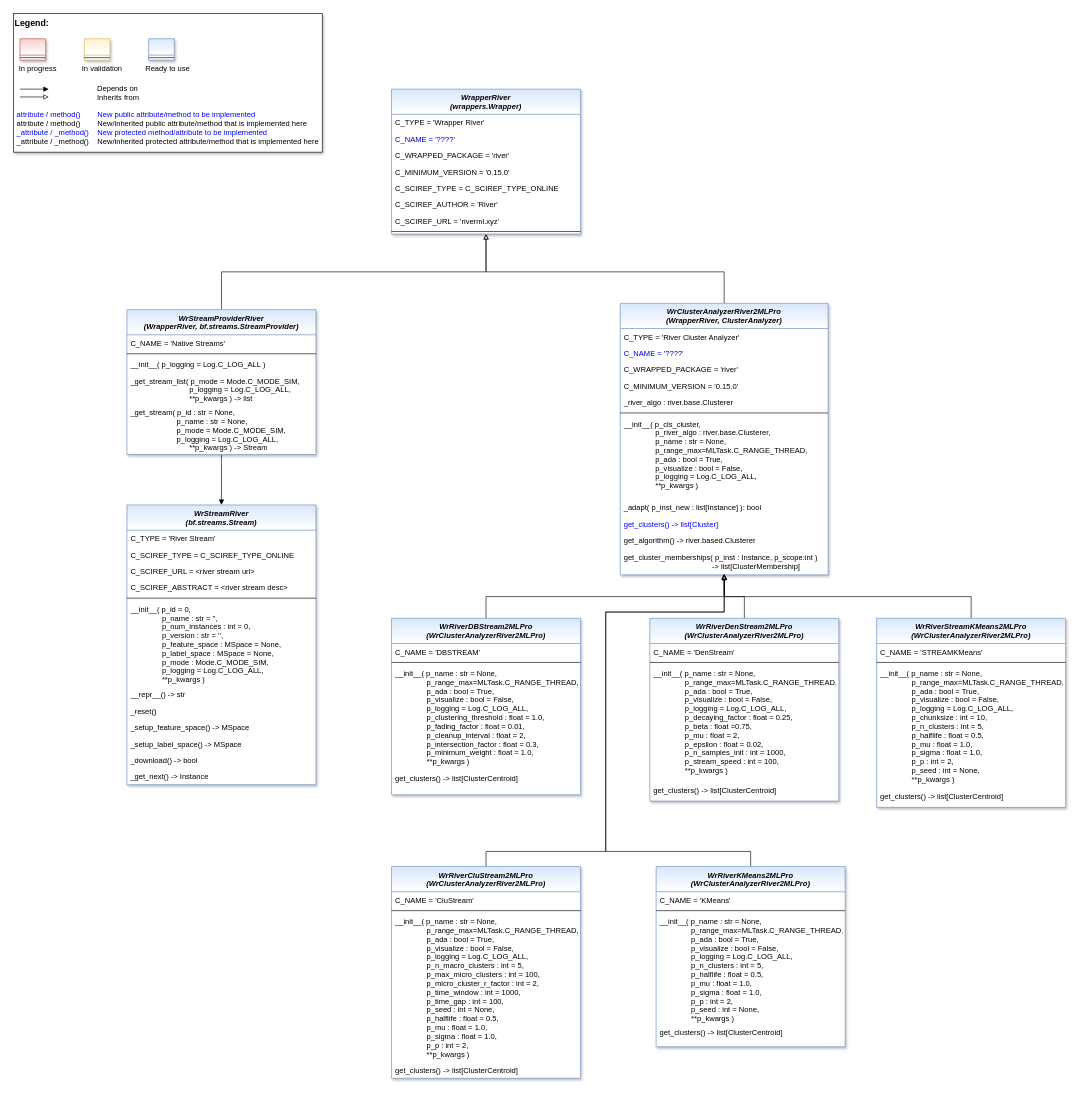
The draw.io diagram doc/rtd/content/99_appendices/appendix2/sub/wrappers/images/MLPro-Wrappers-River.drawio in fhswf/MLPro, before the edit. Source tidied: cells renumbered, new cells numbered last; positions are measured from the earlier drawing's top-left corner, leaving out a move shared by most shapes. Both pictures are drawn from the tidied source at 63%, with x=0, y=0 at pixel (13, 13).
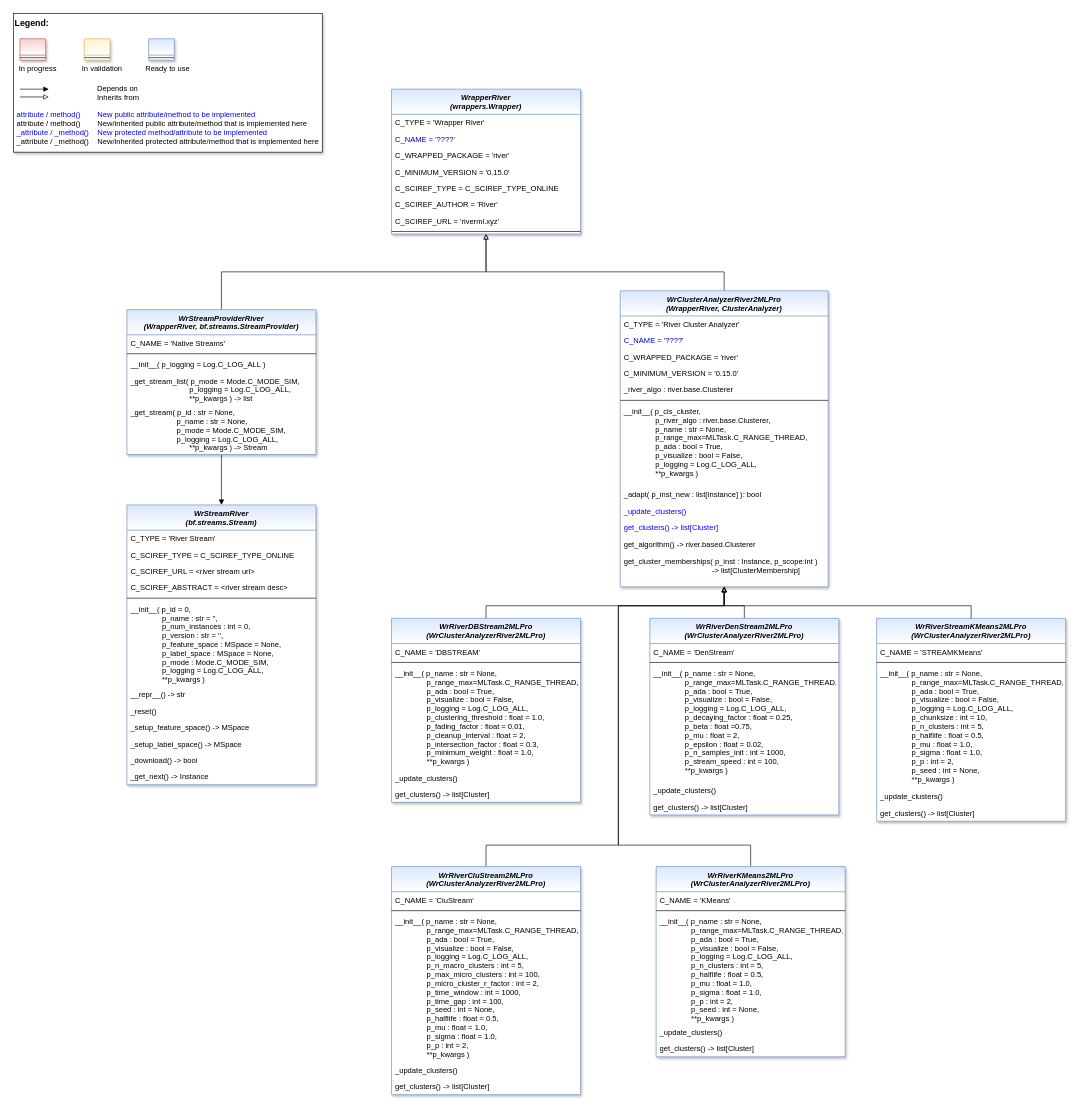
The same page after the edit.

Change to the diagram source:
```diff
@@
-    <mxCell id="12" style="edgeStyle=orthogonalEdgeStyle;rounded=0;jettySize=auto;html=1;exitX=0.5;exitY=0;exitDx=0;exitDy=0;endArrow=block;endFill=0;" parent="1" edge="1" source="13">
-      <mxGeometry relative="1" as="geometry">
-        <mxPoint x="1128" y="890" as="targetPoint" />
-        <Array as="points">
-          <mxPoint x="750" y="1330" />
-          <mxPoint x="940" y="1330" />
-          <mxPoint x="940" y="950" />
-          <mxPoint x="1128" y="950" />
-        </Array>
-      </mxGeometry>
-    </mxCell>
+    <mxCell id="85" style="edgeStyle=orthogonalEdgeStyle;rounded=0;jettySize=auto;html=1;exitX=0.5;exitY=0;exitDx=0;exitDy=0;entryX=0.5;entryY=1;entryDx=0;entryDy=0;endArrow=block;endFill=0;" parent="1" edge="1" source="13" target="19">
+      <mxGeometry relative="1" as="geometry">
+        <Array as="points">
+          <mxPoint x="750" y="1320" />
+          <mxPoint x="960" y="1320" />
+          <mxPoint x="960" y="940" />
+          <mxPoint x="1128" y="940" />
+        </Array>
+      </mxGeometry>
+    </mxCell>
     <mxCell id="13" value="WrRiverCluStream2MLPro&#10;(WrClusterAnalyzerRiver2MLPro)" style="swimlane;fontStyle=3;align=center;verticalAlign=top;horizontal=1;startSize=40;rounded=0;shadow=1;strokeWidth=1;fillColor=#dae8fc;strokeColor=#6c8ebf;swimlaneFillColor=#ffffff;gradientColor=#FFFFFF;" parent="1" vertex="1">
-      <mxGeometry x="600" y="1354" width="300" height="336" as="geometry" />
+      <mxGeometry x="600" y="1354" width="300" height="362" as="geometry" />
     </mxCell>
@@
+    <mxCell id="86" value="_update_clusters()" style="text;align=left;verticalAlign=top;spacingLeft=4;spacingRight=4;overflow=hidden;fontColor=#000000;" parent="13" vertex="1">
+      <mxGeometry y="310" width="300" height="26" as="geometry" />
+    </mxCell>
-    <mxCell id="17" value="get_clusters() -&gt; list[ClusterCentroid]" style="text;align=left;verticalAlign=top;spacingLeft=4;spacingRight=4;overflow=hidden;fontColor=default;" parent="13" vertex="1">
-      <mxGeometry y="310" width="300" height="26" as="geometry" />
+    <mxCell id="17" value="get_clusters() -&gt; list[Cluster]" style="text;align=left;verticalAlign=top;spacingLeft=4;spacingRight=4;overflow=hidden;fontColor=default;" parent="13" vertex="1">
+      <mxGeometry y="336" width="300" height="26" as="geometry" />
     </mxCell>
@@
     <mxCell id="19" value="WrClusterAnalyzerRiver2MLPro &#10;(WrapperRiver, ClusterAnalyzer)" style="swimlane;fontStyle=3;align=center;verticalAlign=top;horizontal=1;startSize=40;rounded=0;shadow=1;strokeWidth=1;fillColor=#dae8fc;strokeColor=#6c8ebf;swimlaneFillColor=#ffffff;gradientColor=#FFFFFF;" parent="1" vertex="1">
-      <mxGeometry x="963" y="460" width="330" height="431" as="geometry" />
+      <mxGeometry x="963" y="440" width="330" height="470" as="geometry" />
     </mxCell>
@@
+    <mxCell id="87" value="_update_clusters()" style="text;align=left;verticalAlign=top;spacingLeft=4;spacingRight=4;overflow=hidden;fontColor=#0000FF;" parent="19" vertex="1">
+      <mxGeometry y="337" width="330" height="26" as="geometry" />
+    </mxCell>
     <mxCell id="28" value="get_clusters() -&gt; list[Cluster]" style="text;align=left;verticalAlign=top;spacingLeft=4;spacingRight=4;overflow=hidden;fontColor=#0000FF;" parent="19" vertex="1">
-      <mxGeometry y="337" width="330" height="26" as="geometry" />
+      <mxGeometry y="363" width="330" height="26" as="geometry" />
     </mxCell>
     <mxCell id="29" value="get_algorithm() -&gt; river.based.Clusterer" style="text;align=left;verticalAlign=top;spacingLeft=4;spacingRight=4;overflow=hidden;fontColor=default;" parent="19" vertex="1">
-      <mxGeometry y="363" width="330" height="27" as="geometry" />
+      <mxGeometry y="389" width="330" height="27" as="geometry" />
     </mxCell>
     <mxCell id="30" value="get_cluster_memberships( p_inst : Instance, p_scope:int ) &#10;                                          -&gt; list[ClusterMembership]" style="text;align=left;verticalAlign=top;spacingLeft=4;spacingRight=4;overflow=hidden;points=[[0,0.5],[1,0.5]];portConstraint=eastwest;fontColor=#000000;" parent="19" vertex="1">
-      <mxGeometry y="390" width="330" height="39" as="geometry" />
+      <mxGeometry y="416" width="330" height="39" as="geometry" />
     </mxCell>
-    <mxCell id="31" style="edgeStyle=orthogonalEdgeStyle;rounded=0;jettySize=auto;html=1;exitX=0.5;exitY=0;exitDx=0;exitDy=0;endArrow=block;endFill=0;" parent="1" edge="1" source="32">
-      <mxGeometry relative="1" as="geometry">
-        <mxPoint x="1128" y="890" as="targetPoint" />
-      </mxGeometry>
-    </mxCell>
+    <mxCell id="88" style="edgeStyle=orthogonalEdgeStyle;rounded=0;jettySize=auto;html=1;exitX=0.5;exitY=0;exitDx=0;exitDy=0;entryX=0.5;entryY=1;entryDx=0;entryDy=0;endArrow=block;endFill=0;" parent="1" edge="1" source="32" target="19">
+      <mxGeometry relative="1" as="geometry">
+        <Array as="points">
+          <mxPoint x="750" y="940" />
+          <mxPoint x="1128" y="940" />
+        </Array>
+      </mxGeometry>
+    </mxCell>
     <mxCell id="32" value="WrRiverDBStream2MLPro&#10;(WrClusterAnalyzerRiver2MLPro)" style="swimlane;fontStyle=3;align=center;verticalAlign=top;horizontal=1;startSize=40;rounded=0;shadow=1;strokeWidth=1;fillColor=#dae8fc;strokeColor=#6c8ebf;swimlaneFillColor=#ffffff;gradientColor=#FFFFFF;" parent="1" vertex="1">
-      <mxGeometry x="600" y="960" width="300" height="280" as="geometry" />
+      <mxGeometry x="600" y="960" width="300" height="292" as="geometry" />
     </mxCell>
@@
+    <mxCell id="89" value="_update_clusters()" style="text;align=left;verticalAlign=top;spacingLeft=4;spacingRight=4;overflow=hidden;fontColor=#000000;" parent="32" vertex="1">
+      <mxGeometry y="240" width="300" height="26" as="geometry" />
+    </mxCell>
-    <mxCell id="36" value="get_clusters() -&gt; list[ClusterCentroid]" style="text;align=left;verticalAlign=top;spacingLeft=4;spacingRight=4;overflow=hidden;fontColor=default;" parent="32" vertex="1">
-      <mxGeometry y="240" width="300" height="26" as="geometry" />
+    <mxCell id="36" value="get_clusters() -&gt; list[Cluster]" style="text;align=left;verticalAlign=top;spacingLeft=4;spacingRight=4;overflow=hidden;fontColor=default;" parent="32" vertex="1">
+      <mxGeometry y="266" width="300" height="26" as="geometry" />
     </mxCell>
-    <mxCell id="37" style="edgeStyle=orthogonalEdgeStyle;rounded=0;jettySize=auto;html=1;exitX=0.5;exitY=0;exitDx=0;exitDy=0;endArrow=block;endFill=0;" parent="1" edge="1" source="38">
-      <mxGeometry relative="1" as="geometry">
-        <mxPoint x="1128" y="890" as="targetPoint" />
-      </mxGeometry>
-    </mxCell>
+    <mxCell id="90" style="edgeStyle=orthogonalEdgeStyle;rounded=0;jettySize=auto;html=1;exitX=0.5;exitY=0;exitDx=0;exitDy=0;entryX=0.5;entryY=1;entryDx=0;entryDy=0;endArrow=block;endFill=0;" parent="1" edge="1" source="38" target="19">
+      <mxGeometry relative="1" as="geometry">
+        <Array as="points">
+          <mxPoint x="1160" y="940" />
+          <mxPoint x="1128" y="940" />
+        </Array>
+      </mxGeometry>
+    </mxCell>
     <mxCell id="38" value="WrRiverDenStream2MLPro&#10;(WrClusterAnalyzerRiver2MLPro)" style="swimlane;fontStyle=3;align=center;verticalAlign=top;horizontal=1;startSize=40;rounded=0;shadow=1;strokeWidth=1;fillColor=#dae8fc;strokeColor=#6c8ebf;swimlaneFillColor=#ffffff;gradientColor=#FFFFFF;" parent="1" vertex="1">
-      <mxGeometry x="1010" y="960" width="300" height="290" as="geometry" />
+      <mxGeometry x="1010" y="960" width="300" height="312" as="geometry" />
     </mxCell>
@@
+    <mxCell id="91" value="_update_clusters()" style="text;align=left;verticalAlign=top;spacingLeft=4;spacingRight=4;overflow=hidden;fontColor=#000000;" parent="38" vertex="1">
+      <mxGeometry y="260" width="300" height="26" as="geometry" />
+    </mxCell>
-    <mxCell id="42" value="get_clusters() -&gt; list[ClusterCentroid]" style="text;align=left;verticalAlign=top;spacingLeft=4;spacingRight=4;overflow=hidden;fontColor=default;" parent="38" vertex="1">
-      <mxGeometry y="260" width="300" height="26" as="geometry" />
+    <mxCell id="42" value="get_clusters() -&gt; list[Cluster]" style="text;align=left;verticalAlign=top;spacingLeft=4;spacingRight=4;overflow=hidden;fontColor=default;" parent="38" vertex="1">
+      <mxGeometry y="286" width="300" height="26" as="geometry" />
     </mxCell>
@@
-    <mxCell id="73" style="edgeStyle=orthogonalEdgeStyle;rounded=0;jettySize=auto;html=1;exitX=0.5;exitY=0;exitDx=0;exitDy=0;entryX=0.5;entryY=1.007;entryDx=0;entryDy=0;entryPerimeter=0;endArrow=block;endFill=0;" parent="1" edge="1" source="74" target="30">
-      <mxGeometry relative="1" as="geometry">
-        <Array as="points">
-          <mxPoint x="1170" y="1330" />
-          <mxPoint x="940" y="1330" />
-          <mxPoint x="940" y="950" />
-          <mxPoint x="1128" y="950" />
-        </Array>
-      </mxGeometry>
-    </mxCell>
+    <mxCell id="92" style="edgeStyle=orthogonalEdgeStyle;rounded=0;jettySize=auto;html=1;exitX=0.5;exitY=0;exitDx=0;exitDy=0;entryX=0.5;entryY=1;entryDx=0;entryDy=0;endArrow=block;endFill=0;" parent="1" edge="1" source="74" target="19">
+      <mxGeometry relative="1" as="geometry">
+        <Array as="points">
+          <mxPoint x="1170" y="1320" />
+          <mxPoint x="960" y="1320" />
+          <mxPoint x="960" y="940" />
+          <mxPoint x="1128" y="940" />
+        </Array>
+      </mxGeometry>
+    </mxCell>
     <mxCell id="74" value="WrRiverKMeans2MLPro&#10;(WrClusterAnalyzerRiver2MLPro)" style="swimlane;fontStyle=3;align=center;verticalAlign=top;horizontal=1;startSize=40;rounded=0;shadow=1;strokeWidth=1;fillColor=#dae8fc;strokeColor=#6c8ebf;swimlaneFillColor=#ffffff;gradientColor=#FFFFFF;" parent="1" vertex="1">
-      <mxGeometry x="1020" y="1354" width="300" height="286" as="geometry" />
+      <mxGeometry x="1020" y="1354" width="300" height="302" as="geometry" />
     </mxCell>
@@
+    <mxCell id="93" value="_update_clusters()" style="text;align=left;verticalAlign=top;spacingLeft=4;spacingRight=4;overflow=hidden;fontColor=#000000;" parent="74" vertex="1">
+      <mxGeometry y="250" width="300" height="26" as="geometry" />
+    </mxCell>
-    <mxCell id="78" value="get_clusters() -&gt; list[ClusterCentroid]" style="text;align=left;verticalAlign=top;spacingLeft=4;spacingRight=4;overflow=hidden;fontColor=default;" parent="74" vertex="1">
-      <mxGeometry y="250" width="300" height="26" as="geometry" />
+    <mxCell id="78" value="get_clusters() -&gt; list[Cluster]" style="text;align=left;verticalAlign=top;spacingLeft=4;spacingRight=4;overflow=hidden;fontColor=default;" parent="74" vertex="1">
+      <mxGeometry y="276" width="300" height="26" as="geometry" />
     </mxCell>
-    <mxCell id="79" style="edgeStyle=orthogonalEdgeStyle;rounded=0;jettySize=auto;html=1;exitX=0.5;exitY=0;exitDx=0;exitDy=0;entryX=0.5;entryY=1;entryDx=0;entryDy=0;endArrow=block;endFill=0;" parent="1" edge="1" source="80" target="19">
-      <mxGeometry relative="1" as="geometry" />
-    </mxCell>
     <mxCell id="80" value="WrRiverStreamKMeans2MLPro&#10;(WrClusterAnalyzerRiver2MLPro)" style="swimlane;fontStyle=3;align=center;verticalAlign=top;horizontal=1;startSize=40;rounded=0;shadow=1;strokeWidth=1;fillColor=#dae8fc;strokeColor=#6c8ebf;swimlaneFillColor=#ffffff;gradientColor=#FFFFFF;" parent="1" vertex="1">
-      <mxGeometry x="1370" y="960" width="300" height="300" as="geometry" />
+      <mxGeometry x="1370" y="960" width="300" height="322" as="geometry" />
     </mxCell>
@@
+    <mxCell id="94" value="_update_clusters()" style="text;align=left;verticalAlign=top;spacingLeft=4;spacingRight=4;overflow=hidden;fontColor=#000000;" parent="80" vertex="1">
+      <mxGeometry y="270" width="300" height="26" as="geometry" />
+    </mxCell>
-    <mxCell id="84" value="get_clusters() -&gt; list[ClusterCentroid]" style="text;align=left;verticalAlign=top;spacingLeft=4;spacingRight=4;overflow=hidden;fontColor=default;" parent="80" vertex="1">
-      <mxGeometry y="270" width="300" height="26" as="geometry" />
+    <mxCell id="84" value="get_clusters() -&gt; list[Cluster]" style="text;align=left;verticalAlign=top;spacingLeft=4;spacingRight=4;overflow=hidden;fontColor=default;" parent="80" vertex="1">
+      <mxGeometry y="296" width="300" height="26" as="geometry" />
     </mxCell>
+    <mxCell id="79" style="edgeStyle=orthogonalEdgeStyle;rounded=0;jettySize=auto;html=1;exitX=0.5;exitY=0;exitDx=0;exitDy=0;entryX=0.5;entryY=1;entryDx=0;entryDy=0;endArrow=block;endFill=0;" parent="1" edge="1" source="80" target="19">
+      <mxGeometry relative="1" as="geometry">
+        <Array as="points">
+          <mxPoint x="1520" y="940" />
+          <mxPoint x="1128" y="940" />
+        </Array>
+      </mxGeometry>
+    </mxCell>
```
